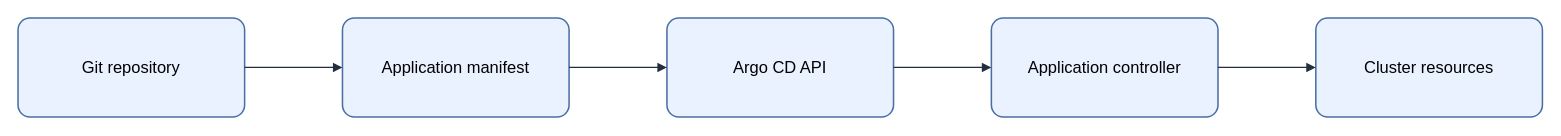
This is assets/img/ci-cd/argocd-declarative-application.drawio from KKamJi98/kkamji98.github.io, a draw.io file, before an edit. Source tidied: cells renumbered, new cells numbered last; positions are measured from the earlier drawing's top-left corner, leaving out a move shared by most shapes. Both pictures are drawn from the tidied source at 103%, with x=0, y=0 at pixel (18, 18).
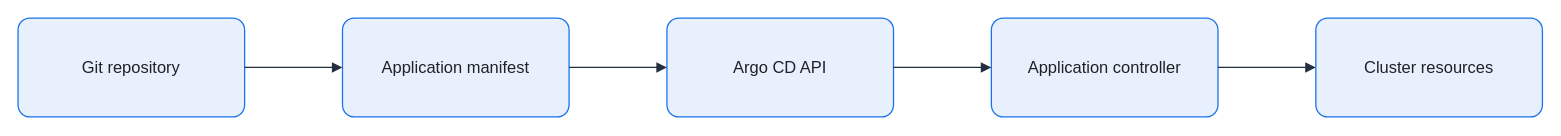
The same diagram, later.

The edit, as a diff of the source:
```diff
@@
 <mxGraphModel background="#FFFFFF">
   <root>
     <mxCell id="0" />
     <mxCell id="1" parent="0" />
-    <mxCell id="2" value="Git repository" style="rounded=1;arcSize=12;whiteSpace=wrap;html=0;fillColor=#EAF2FF;strokeColor=#4A6FA5;strokeWidth=1.5;fontColor=#000000;fontSize=16;align=center;verticalAlign=middle;spacing=8;shadow=0;" parent="1" vertex="1">
+    <mxCell id="2" value="Git repository" style="rounded=1;arcSize=12;whiteSpace=wrap;html=0;fillColor=#E8F0FE;strokeColor=#1A73E8;strokeWidth=1.25;fontColor=#202124;fontSize=16;align=center;verticalAlign=middle;spacing=8;shadow=0;" parent="1" vertex="1">
       <mxGeometry width="220" height="96" as="geometry" />
     </mxCell>
-    <mxCell id="3" value="Application manifest" style="rounded=1;arcSize=12;whiteSpace=wrap;html=0;fillColor=#EAF2FF;strokeColor=#4A6FA5;strokeWidth=1.5;fontColor=#000000;fontSize=16;align=center;verticalAlign=middle;spacing=8;shadow=0;" parent="1" vertex="1">
+    <mxCell id="3" value="Application manifest" style="rounded=1;arcSize=12;whiteSpace=wrap;html=0;fillColor=#E8F0FE;strokeColor=#1A73E8;strokeWidth=1.25;fontColor=#202124;fontSize=16;align=center;verticalAlign=middle;spacing=8;shadow=0;" parent="1" vertex="1">
       <mxGeometry x="315" width="220" height="96" as="geometry" />
     </mxCell>
-    <mxCell id="4" value="Argo CD API" style="rounded=1;arcSize=12;whiteSpace=wrap;html=0;fillColor=#EAF2FF;strokeColor=#4A6FA5;strokeWidth=1.5;fontColor=#000000;fontSize=16;align=center;verticalAlign=middle;spacing=8;shadow=0;" parent="1" vertex="1">
+    <mxCell id="4" value="Argo CD API" style="rounded=1;arcSize=12;whiteSpace=wrap;html=0;fillColor=#E8F0FE;strokeColor=#1A73E8;strokeWidth=1.25;fontColor=#202124;fontSize=16;align=center;verticalAlign=middle;spacing=8;shadow=0;" parent="1" vertex="1">
       <mxGeometry x="630" width="220" height="96" as="geometry" />
     </mxCell>
-    <mxCell id="5" value="Application controller" style="rounded=1;arcSize=12;whiteSpace=wrap;html=0;fillColor=#EAF2FF;strokeColor=#4A6FA5;strokeWidth=1.5;fontColor=#000000;fontSize=16;align=center;verticalAlign=middle;spacing=8;shadow=0;" parent="1" vertex="1">
+    <mxCell id="5" value="Application controller" style="rounded=1;arcSize=12;whiteSpace=wrap;html=0;fillColor=#E8F0FE;strokeColor=#1A73E8;strokeWidth=1.25;fontColor=#202124;fontSize=16;align=center;verticalAlign=middle;spacing=8;shadow=0;" parent="1" vertex="1">
       <mxGeometry x="945" width="220" height="96" as="geometry" />
     </mxCell>
-    <mxCell id="6" value="Cluster resources" style="rounded=1;arcSize=12;whiteSpace=wrap;html=0;fillColor=#EAF2FF;strokeColor=#4A6FA5;strokeWidth=1.5;fontColor=#000000;fontSize=16;align=center;verticalAlign=middle;spacing=8;shadow=0;" parent="1" vertex="1">
+    <mxCell id="6" value="Cluster resources" style="rounded=1;arcSize=12;whiteSpace=wrap;html=0;fillColor=#E8F0FE;strokeColor=#1A73E8;strokeWidth=1.25;fontColor=#202124;fontSize=16;align=center;verticalAlign=middle;spacing=8;shadow=0;" parent="1" vertex="1">
       <mxGeometry x="1260" width="220" height="96" as="geometry" />
     </mxCell>
-    <mxCell id="7" style="edgeStyle=orthogonalEdgeStyle;rounded=0;jettySize=auto;html=0;endArrow=block;endFill=1;strokeColor=#232F3E;strokeWidth=1.25;fontColor=#000000;labelBackgroundColor=none;exitX=1;exitY=0.5;exitDx=0;exitDy=0;entryX=0;entryY=0.5;entryDx=0;entryDy=0;" parent="1" edge="1" source="2" target="3">
+    <mxCell id="7" style="edgeStyle=orthogonalEdgeStyle;rounded=0;jettySize=auto;html=0;endArrow=block;endFill=1;strokeColor=#232F3E;strokeWidth=1.25;fontColor=#202124;labelBackgroundColor=none;exitX=1;exitY=0.5;exitDx=0;exitDy=0;entryX=0;entryY=0.5;entryDx=0;entryDy=0;endSize=7;" parent="1" edge="1" source="2" target="3">
       <mxGeometry relative="1" as="geometry" />
     </mxCell>
-    <mxCell id="8" style="edgeStyle=orthogonalEdgeStyle;rounded=0;jettySize=auto;html=0;endArrow=block;endFill=1;strokeColor=#232F3E;strokeWidth=1.25;fontColor=#000000;labelBackgroundColor=none;exitX=1;exitY=0.5;exitDx=0;exitDy=0;entryX=0;entryY=0.5;entryDx=0;entryDy=0;" parent="1" edge="1" source="3" target="4">
+    <mxCell id="8" style="edgeStyle=orthogonalEdgeStyle;rounded=0;jettySize=auto;html=0;endArrow=block;endFill=1;strokeColor=#232F3E;strokeWidth=1.25;fontColor=#202124;labelBackgroundColor=none;exitX=1;exitY=0.5;exitDx=0;exitDy=0;entryX=0;entryY=0.5;entryDx=0;entryDy=0;endSize=7;" parent="1" edge="1" source="3" target="4">
       <mxGeometry relative="1" as="geometry" />
     </mxCell>
-    <mxCell id="9" style="edgeStyle=orthogonalEdgeStyle;rounded=0;jettySize=auto;html=0;endArrow=block;endFill=1;strokeColor=#232F3E;strokeWidth=1.25;fontColor=#000000;labelBackgroundColor=none;exitX=1;exitY=0.5;exitDx=0;exitDy=0;entryX=0;entryY=0.5;entryDx=0;entryDy=0;" parent="1" edge="1" source="4" target="5">
+    <mxCell id="9" style="edgeStyle=orthogonalEdgeStyle;rounded=0;jettySize=auto;html=0;endArrow=block;endFill=1;strokeColor=#232F3E;strokeWidth=1.25;fontColor=#202124;labelBackgroundColor=none;exitX=1;exitY=0.5;exitDx=0;exitDy=0;entryX=0;entryY=0.5;entryDx=0;entryDy=0;endSize=7;" parent="1" edge="1" source="4" target="5">
       <mxGeometry relative="1" as="geometry" />
     </mxCell>
-    <mxCell id="10" style="edgeStyle=orthogonalEdgeStyle;rounded=0;jettySize=auto;html=0;endArrow=block;endFill=1;strokeColor=#232F3E;strokeWidth=1.25;fontColor=#000000;labelBackgroundColor=none;exitX=1;exitY=0.5;exitDx=0;exitDy=0;entryX=0;entryY=0.5;entryDx=0;entryDy=0;" parent="1" edge="1" source="5" target="6">
+    <mxCell id="10" style="edgeStyle=orthogonalEdgeStyle;rounded=0;jettySize=auto;html=0;endArrow=block;endFill=1;strokeColor=#232F3E;strokeWidth=1.25;fontColor=#202124;labelBackgroundColor=none;exitX=1;exitY=0.5;exitDx=0;exitDy=0;entryX=0;entryY=0.5;entryDx=0;entryDy=0;endSize=7;" parent="1" edge="1" source="5" target="6">
       <mxGeometry relative="1" as="geometry" />
     </mxCell>
   </root>
 </mxGraphModel>
```
